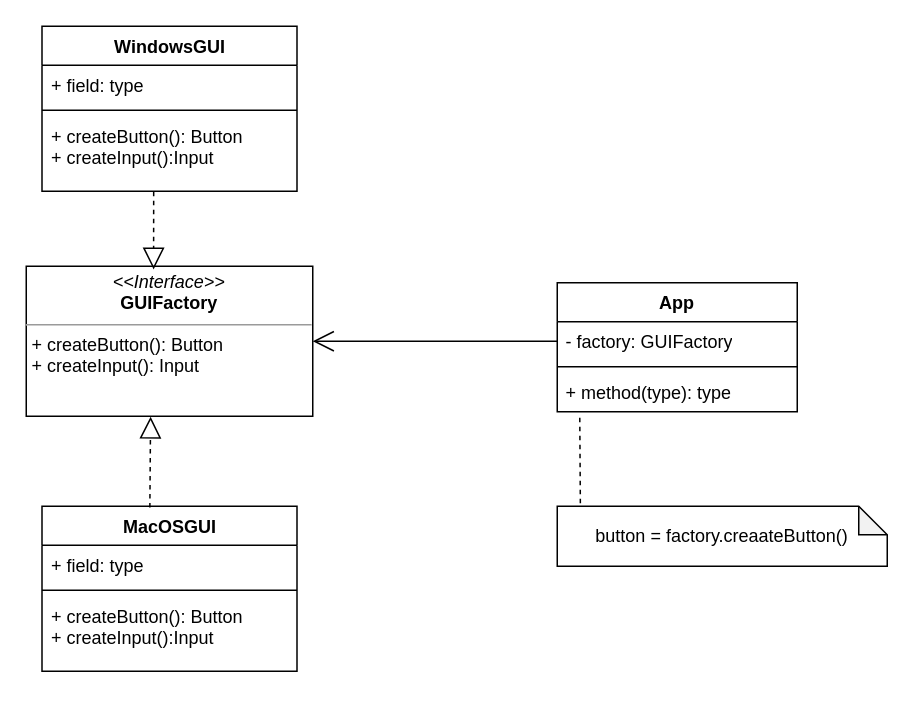
Above: Untitled Diagram.drawio in xiayulu/models (draw.io), before the change. Source tidied: cells renumbered, new cells numbered last; positions are measured from the earlier drawing's top-left corner, leaving out a move shared by most shapes. Both pictures are drawn from the tidied source at 150%, with x=0, y=0 at pixel (26, 26).
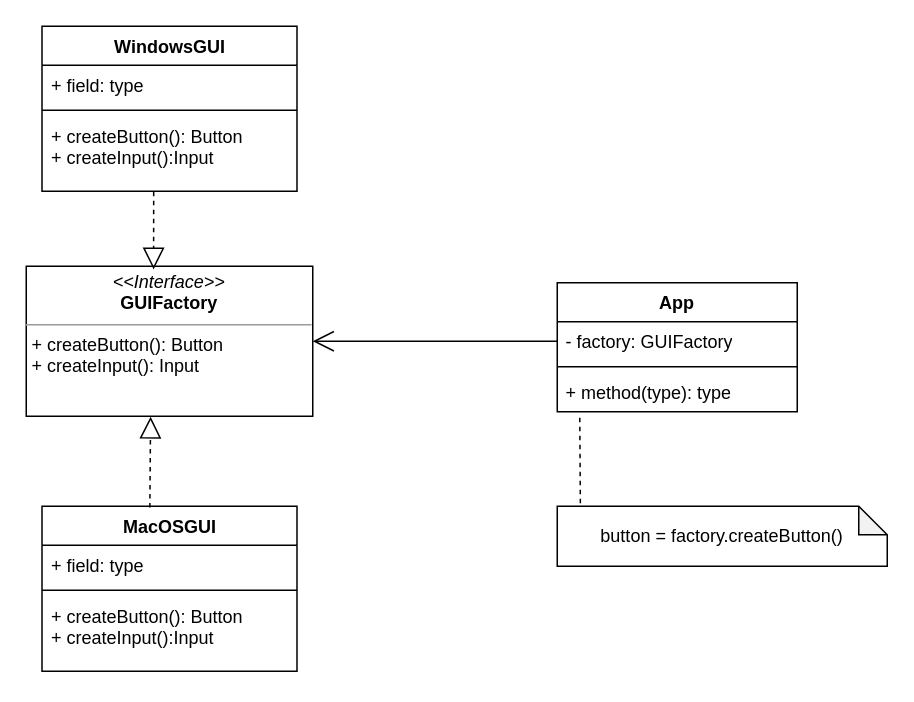
The same diagram, later.

Diff of the diagram source:
```diff
@@
-    <mxCell id="15" value="button = factory.creaateButton()" style="shape=note;whiteSpace=wrap;html=1;backgroundOutline=1;darkOpacity=0.05;size=19;" parent="1" vertex="1">
+    <mxCell id="15" value="button = factory.createButton()" style="shape=note;whiteSpace=wrap;html=1;backgroundOutline=1;darkOpacity=0.05;size=19;" parent="1" vertex="1">
       <mxGeometry x="354" y="320" width="220" height="40" as="geometry" />
     </mxCell>
```
